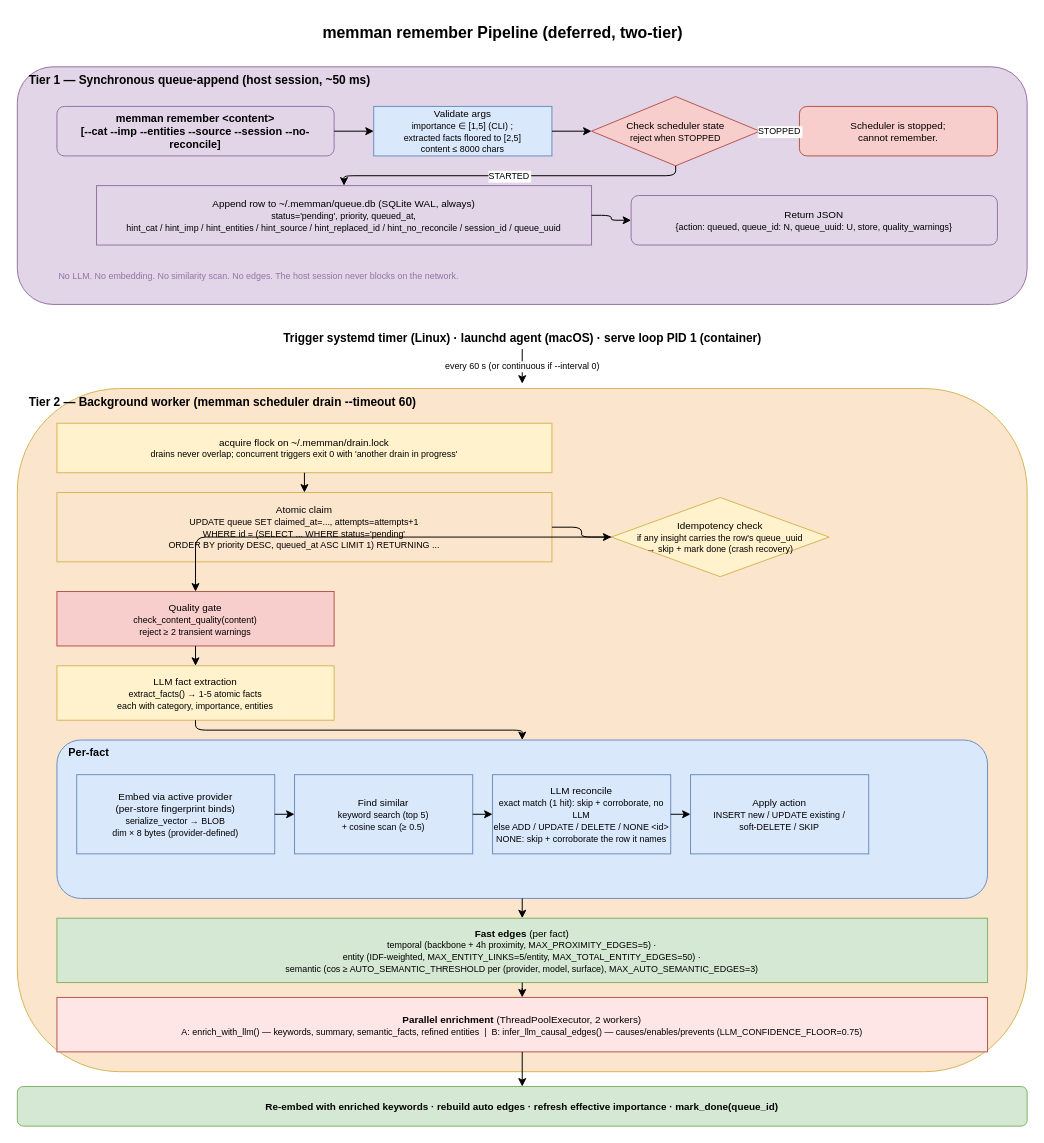
The draw.io diagram docs/diagrams/02-remember-pipeline.drawio in bissli/memman, before the edit. Source tidied: cells renumbered, new cells numbered last; positions are measured from the earlier drawing's top-left corner, leaving out a move shared by most shapes. Both pictures are drawn from the tidied source at 99%, with x=0, y=0 at pixel (17, 17).
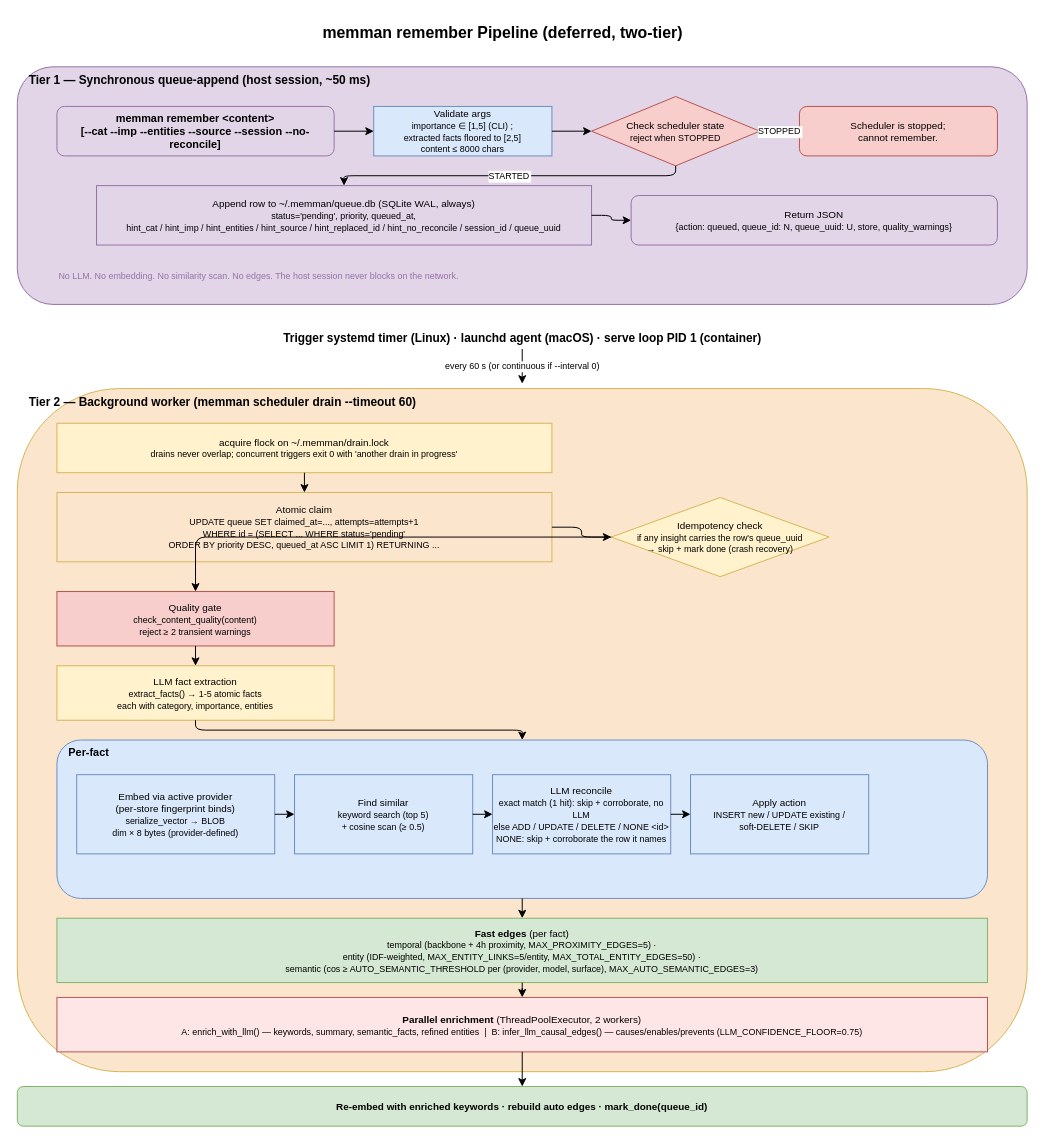
The same diagram, later.

The edit, as a diff of the source:
```diff
@@
-    <mxCell id="34" value="Re-embed with enriched keywords  ·  rebuild auto edges  ·  refresh effective importance  ·  mark_done(queue_id)" style="rounded=1;whiteSpace=wrap;html=1;fillColor=#d5e8d4;strokeColor=#82b366;fontSize=10;fontStyle=1;" parent="1" vertex="1">
+    <mxCell id="34" value="Re-embed with enriched keywords  ·  rebuild auto edges  ·  mark_done(queue_id)" style="rounded=1;whiteSpace=wrap;html=1;fillColor=#d5e8d4;strokeColor=#82b366;fontSize=10;fontStyle=1;" parent="1" vertex="1">
       <mxGeometry y="1080" width="1020" height="40" as="geometry" />
     </mxCell>
```
